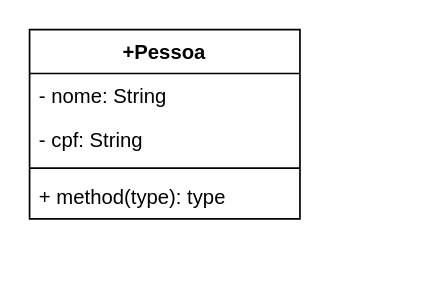
This is Análise e Projetos Orientados a Objetos/Lista03/Lista03Ex02.drawio from Krittz/IFTM-ADS, a draw.io file, before an edit. Source tidied: cells renumbered, new cells numbered last; positions are measured from the earlier drawing's top-left corner, leaving out a move shared by most shapes. Both pictures are drawn from the tidied source at 169%, with x=0, y=0 at pixel (29, 29).
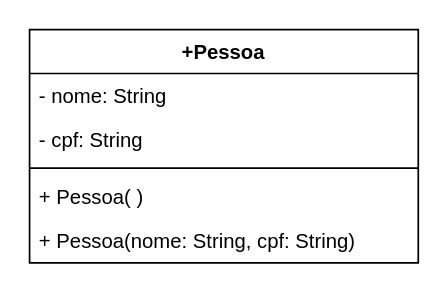
The same diagram, later.

What changed in the source:
```diff
@@
 <mxGraphModel>
   <root>
     <mxCell id="0" />
     <mxCell id="1" parent="0" />
     <mxCell id="2" value="+Pessoa" style="swimlane;fontStyle=1;align=center;verticalAlign=top;horizontal=1;startSize=26;whiteSpace=wrap;html=1;" parent="1" vertex="1">
-      <mxGeometry width="160" height="112" as="geometry" />
+      <mxGeometry width="230" height="138" as="geometry" />
     </mxCell>
     <mxCell id="3" value="- nome: String" style="text;strokeColor=none;fillColor=none;align=left;verticalAlign=top;spacingLeft=4;spacingRight=4;overflow=hidden;whiteSpace=wrap;html=1;" parent="2" vertex="1">
-      <mxGeometry y="26" width="160" height="26" as="geometry" />
+      <mxGeometry y="26" width="230" height="26" as="geometry" />
     </mxCell>
     <mxCell id="4" value="- cpf: String" style="text;strokeColor=none;fillColor=none;align=left;verticalAlign=top;spacingLeft=4;spacingRight=4;overflow=hidden;whiteSpace=wrap;html=1;" parent="2" vertex="1">
-      <mxGeometry y="52" width="160" height="26" as="geometry" />
+      <mxGeometry y="52" width="230" height="26" as="geometry" />
     </mxCell>
     <mxCell id="5" style="line;strokeWidth=1;fillColor=none;align=left;verticalAlign=middle;spacingTop=-1;spacingLeft=3;spacingRight=3;labelPosition=right;strokeColor=inherit;" parent="2" vertex="1">
-      <mxGeometry y="78" width="160" height="8" as="geometry" />
+      <mxGeometry y="78" width="230" height="8" as="geometry" />
     </mxCell>
-    <mxCell id="6" value="+ method(type): type" style="text;strokeColor=none;fillColor=none;align=left;verticalAlign=top;spacingLeft=4;spacingRight=4;overflow=hidden;whiteSpace=wrap;html=1;" parent="2" vertex="1">
-      <mxGeometry y="86" width="160" height="26" as="geometry" />
+    <mxCell id="6" value="+ Pessoa( )&lt;br&gt;" style="text;strokeColor=none;fillColor=none;align=left;verticalAlign=top;spacingLeft=4;spacingRight=4;overflow=hidden;whiteSpace=wrap;html=1;" parent="2" vertex="1">
+      <mxGeometry y="86" width="230" height="26" as="geometry" />
     </mxCell>
+    <mxCell id="7" value="+ Pessoa(nome: String, cpf: String)" style="text;strokeColor=none;fillColor=none;align=left;verticalAlign=top;spacingLeft=4;spacingRight=4;overflow=hidden;whiteSpace=wrap;html=1;" parent="2" vertex="1">
+      <mxGeometry y="112" width="230" height="26" as="geometry" />
+    </mxCell>
   </root>
 </mxGraphModel>
```
